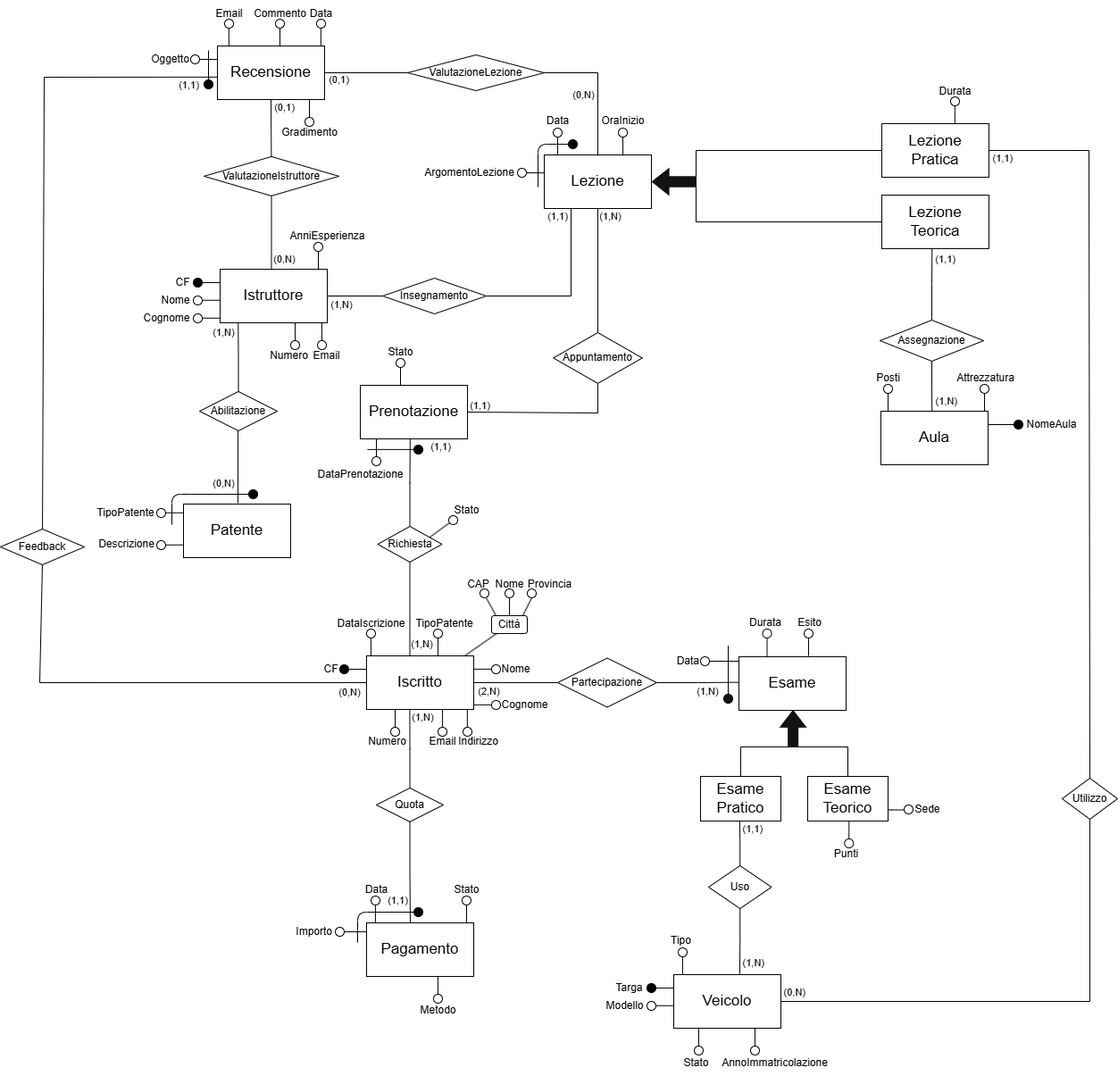
This is img/ER_ScuolaGuida.drawio.png from Andrea-Difino/db_scuola_guida, a draw.io export, as it was before one commit. Source tidied: cells renumbered, new cells last; positions are measured from the earlier drawing's top-left corner, leaving out a move shared by most shapes.
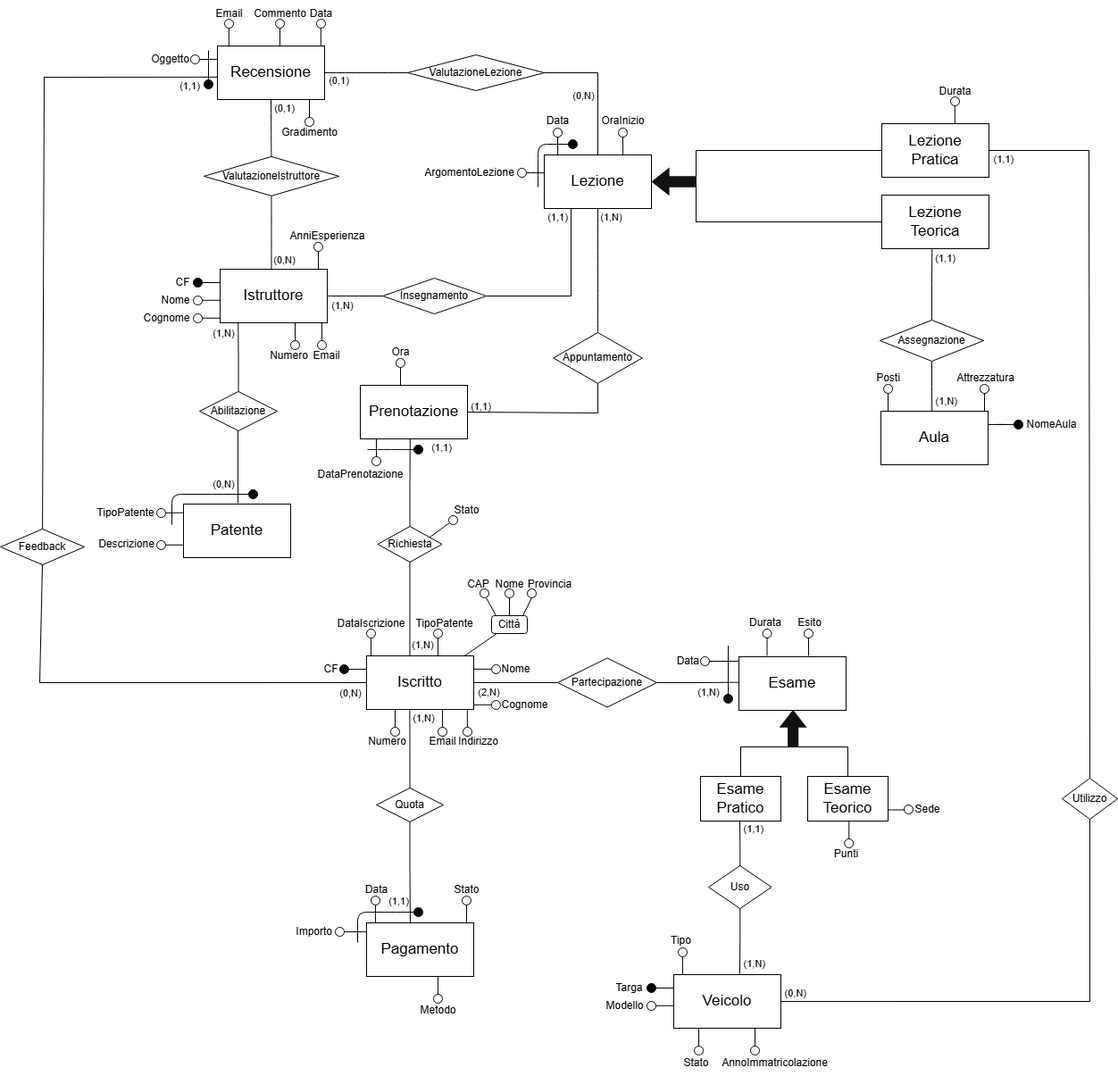
The same diagram one commit later.

Commit message:
modificato schema

Change to the diagram source:
```diff
@@ -474,8 +474,8 @@
         <mxPoint x="-192" y="-457" as="offset" />
       </mxGeometry>
     </mxCell>
-    <mxCell id="121" value="&lt;font style=&quot;color: light-dark(rgb(0, 0, 0), rgb(0, 0, 0));&quot;&gt;Stato&lt;/font&gt;" style="text;html=1;align=center;verticalAlign=middle;strokeColor=none;fillColor=none;fontFamily=Helvetica;fontSize=12;fontColor=default;" parent="1" vertex="1">
-      <mxGeometry x="423" y="379" width="50" height="30" as="geometry" />
+    <mxCell id="121" value="&lt;font style=&quot;color: light-dark(rgb(0, 0, 0), rgb(0, 0, 0));&quot;&gt;Ora&lt;/font&gt;" style="text;html=1;align=center;verticalAlign=middle;strokeColor=none;fillColor=none;fontFamily=Helvetica;fontSize=12;fontColor=default;" parent="1" vertex="1">
+      <mxGeometry x="429" y="381" width="38" height="26" as="geometry" />
     </mxCell>
     <mxCell id="122" style="endArrow=none;html=1;rounded=0;fontFamily=Helvetica;fontSize=12;fontColor=default;entryX=0.75;entryY=1;entryDx=0;entryDy=0;strokeColor=light-dark(#000000,#000000);" parent="1" edge="1">
       <mxGeometry relative="1" as="geometry">
```
